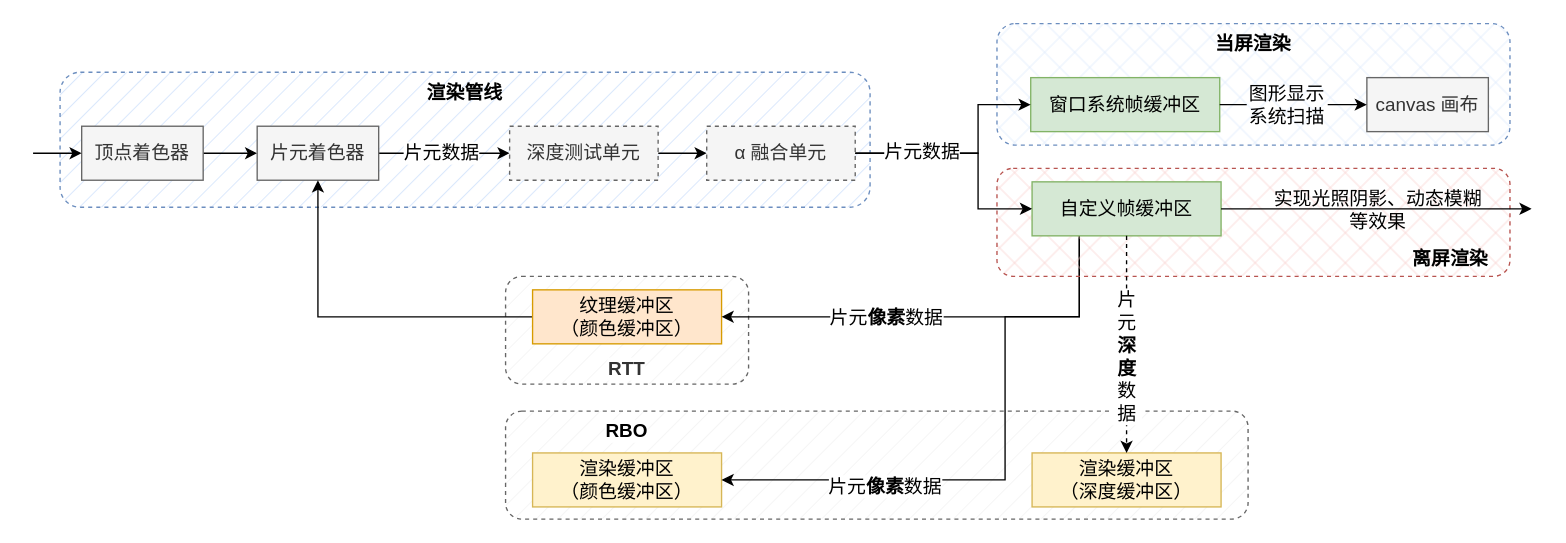
The draw.io diagram 离屏渲染.drawio in appleshowc/stuff, before the edit. Source tidied: cells renumbered, new cells numbered last; positions are measured from the earlier drawing's top-left corner, leaving out a move shared by most shapes. Both pictures are drawn from the tidied source at 135%, with x=0, y=0 at pixel (32, 23).
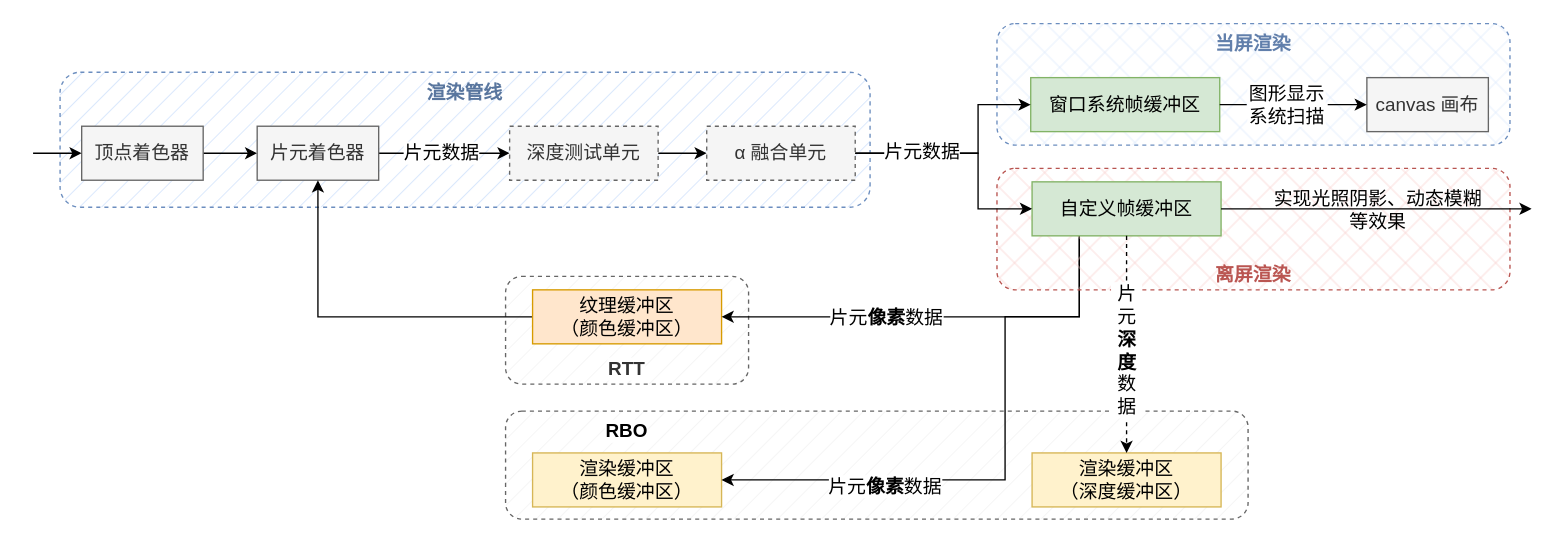
After the change.

Commit message (it also covers changes not shown here):
更新离屏渲染.drawio

Unchanged cells that the change refers to:
```xml
<mxCell id="22" style="group;" parent="1" vertex="1">
  <mxGeometry x="714" width="380" height="90" as="geometry" />
</mxCell>
```

The edit, as a diff of the source:
```diff
@@
-    <mxCell id="4" value="&lt;b&gt;渲染管线&lt;/b&gt;" style="rounded=1;whiteSpace=wrap;html=1;fontSize=14;verticalAlign=top;fillColor=#dae8fc;dashed=1;strokeColor=#6c8ebf;fillStyle=hatch;" parent="1" vertex="1">
+    <mxCell id="4" value="&lt;b&gt;渲染管线&lt;/b&gt;" style="rounded=1;whiteSpace=wrap;html=1;fontSize=14;verticalAlign=top;fillColor=#dae8fc;dashed=1;strokeColor=#6c8ebf;fillStyle=hatch;fontColor=#59769E;" parent="1" vertex="1">
       <mxGeometry x="20" y="36" width="600" height="100" as="geometry" />
     </mxCell>
@@
-    <mxCell id="23" value="&lt;b&gt;当屏渲染&lt;/b&gt;" style="rounded=1;whiteSpace=wrap;html=1;fontSize=14;verticalAlign=top;fillColor=#dae8fc;dashed=1;strokeColor=#6c8ebf;gradientColor=none;glass=0;fillStyle=cross-hatch;" parent="22" vertex="1">
+    <mxCell id="23" value="&lt;b&gt;当屏渲染&lt;/b&gt;" style="rounded=1;whiteSpace=wrap;html=1;fontSize=14;verticalAlign=top;fillColor=#dae8fc;dashed=1;strokeColor=#6c8ebf;gradientColor=none;glass=0;fillStyle=cross-hatch;fontColor=#617FAB;" parent="22" vertex="1">
       <mxGeometry width="380" height="90" as="geometry" />
     </mxCell>
@@
-    <mxCell id="26" value="图形显示系统扫描" style="text;html=1;strokeColor=none;fillColor=none;align=center;verticalAlign=middle;whiteSpace=wrap;rounded=0;dashed=1;labelBackgroundColor=none;fontSize=14;" parent="22" vertex="1">
+    <mxCell id="26" value="图形显示系统扫描" style="text;html=1;strokeColor=none;fillColor=none;align=center;verticalAlign=middle;whiteSpace=wrap;rounded=0;dashed=1;labelBackgroundColor=default;fontSize=14;" parent="22" vertex="1">
       <mxGeometry x="185" y="45" width="60" height="30" as="geometry" />
     </mxCell>
@@
     <mxCell id="30" style="group;" parent="1" vertex="1">
-      <mxGeometry x="714" y="107.2" width="396" height="80" as="geometry" />
+      <mxGeometry x="714" y="107.2" width="396" height="90" as="geometry" />
     </mxCell>
-    <mxCell id="31" style="rounded=1;whiteSpace=wrap;html=1;fontSize=14;verticalAlign=bottom;fillColor=#f8cecc;dashed=1;strokeColor=#b85450;glass=0;fillStyle=cross-hatch;labelPosition=center;verticalLabelPosition=middle;align=center;" parent="30" vertex="1">
-      <mxGeometry width="380" height="80" as="geometry" />
+    <mxCell id="31" value="离屏渲染" style="rounded=1;whiteSpace=wrap;html=1;fontSize=14;verticalAlign=bottom;fillColor=#f8cecc;dashed=1;strokeColor=#b85450;glass=0;fillStyle=cross-hatch;labelPosition=center;verticalLabelPosition=middle;align=center;fontStyle=1;fontColor=#BA5551;" parent="30" vertex="1">
+      <mxGeometry width="380" height="90" as="geometry" />
     </mxCell>
@@
-    <mxCell id="33" value="离屏渲染" style="text;html=1;strokeColor=none;fillColor=none;align=center;verticalAlign=middle;whiteSpace=wrap;rounded=0;glass=0;dashed=1;labelBackgroundColor=none;fillStyle=cross-hatch;fontSize=14;fontStyle=1;" parent="30" vertex="1">
-      <mxGeometry x="306" y="53" width="60" height="27" as="geometry" />
-    </mxCell>
@@
     <mxCell id="39" value="片元&lt;b style=&quot;&quot;&gt;深度&lt;/b&gt;数据" style="text;html=1;strokeColor=none;fillColor=none;align=center;verticalAlign=middle;whiteSpace=wrap;rounded=0;fontSize=14;direction=south;labelBackgroundColor=default;" parent="1" vertex="1">
-      <mxGeometry x="797.5" y="188.2" width="25" height="117.5" as="geometry" />
+      <mxGeometry x="797.5" y="183.2" width="25" height="117.5" as="geometry" />
     </mxCell>
```
